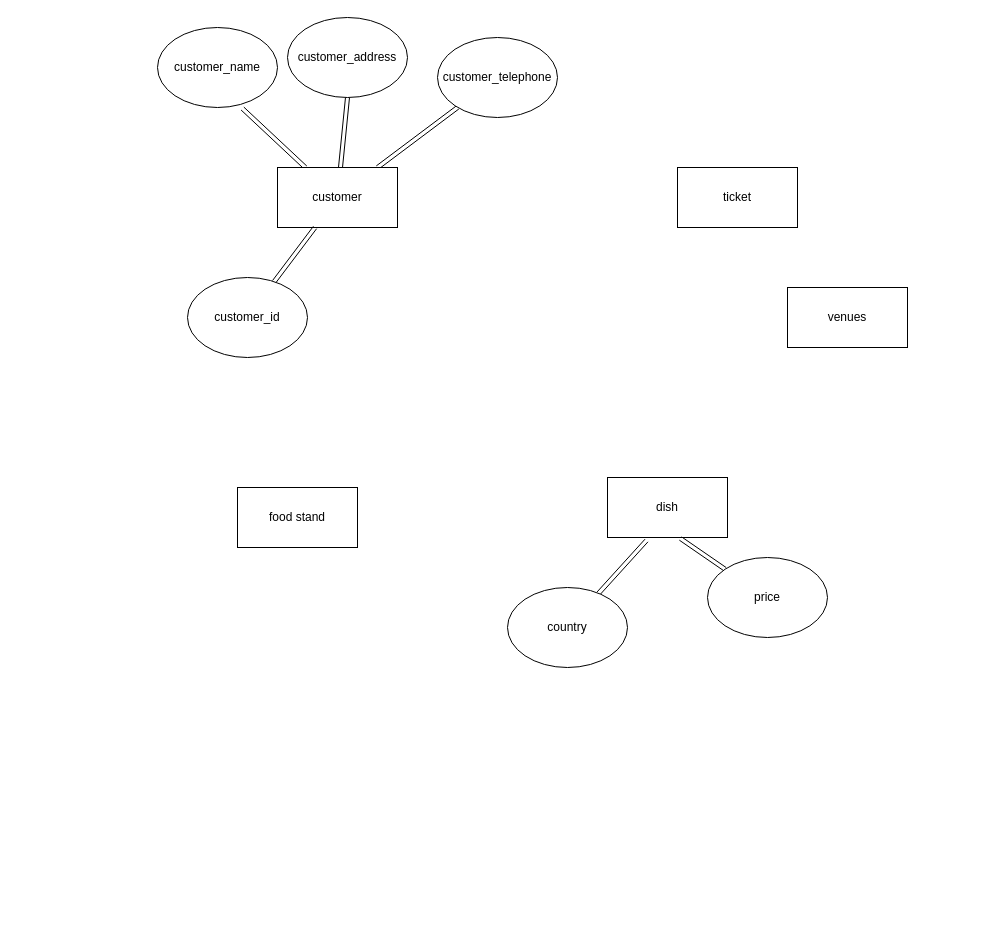
Above: dataweek1.drawio in clostea/draw (draw.io), before the change. Source tidied: cells renumbered, new cells numbered last; positions are measured from the earlier drawing's top-left corner, leaving out a move shared by most shapes. Both pictures are drawn from the tidied source at 100%, with x=0, y=0 at pixel (157, 17).
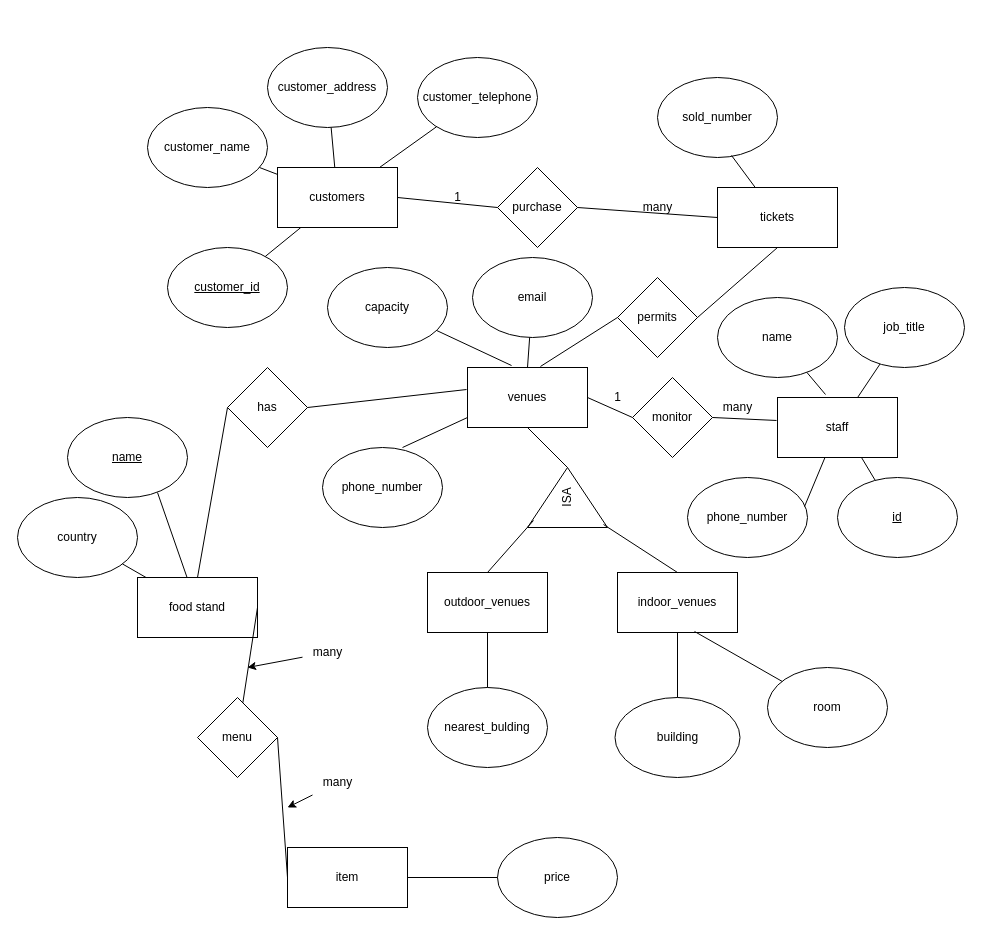
After the change.

The edit, as a diff of the source:
```diff
@@
-    <mxCell id="2" style="rounded=0;jettySize=auto;html=1;entryX=0.708;entryY=1.013;entryDx=0;entryDy=0;entryPerimeter=0;shape=link;" parent="1" edge="1" source="5" target="9">
-      <mxGeometry relative="1" as="geometry" />
-    </mxCell>
-    <mxCell id="3" style="rounded=0;jettySize=auto;html=1;entryX=0.5;entryY=1;entryDx=0;entryDy=0;shape=link;" parent="1" edge="1" source="5" target="10">
-      <mxGeometry relative="1" as="geometry" />
-    </mxCell>
-    <mxCell id="4" style="rounded=0;jettySize=auto;html=1;shape=link;" parent="1" edge="1" source="5" target="11">
-      <mxGeometry relative="1" as="geometry" />
-    </mxCell>
-    <mxCell id="5" value="customer" style="rounded=0;whiteSpace=wrap;html=1;" parent="1" vertex="1">
+    <mxCell id="5" value="customers" style="rounded=0;whiteSpace=wrap;html=1;" parent="1" vertex="1">
       <mxGeometry x="120" y="150" width="120" height="60" as="geometry" />
     </mxCell>
-    <mxCell id="6" value="ticket" style="rounded=0;whiteSpace=wrap;html=1;" parent="1" vertex="1">
-      <mxGeometry x="520" y="150" width="120" height="60" as="geometry" />
+    <mxCell id="6" value="tickets" style="rounded=0;whiteSpace=wrap;html=1;" parent="1" vertex="1">
+      <mxGeometry x="560" y="170" width="120" height="60" as="geometry" />
     </mxCell>
     <mxCell id="7" value="food stand" style="rounded=0;whiteSpace=wrap;html=1;" parent="1" vertex="1">
-      <mxGeometry x="80" y="470" width="120" height="60" as="geometry" />
+      <mxGeometry x="-20" y="560" width="120" height="60" as="geometry" />
     </mxCell>
     <mxCell id="8" value="venues" style="rounded=0;whiteSpace=wrap;html=1;" parent="1" vertex="1">
-      <mxGeometry x="630" y="270" width="120" height="60" as="geometry" />
+      <mxGeometry x="310" y="350" width="120" height="60" as="geometry" />
     </mxCell>
     <mxCell id="9" value="customer_name" style="ellipse;whiteSpace=wrap;html=1;" parent="1" vertex="1">
-      <mxGeometry y="10" width="120" height="80" as="geometry" />
+      <mxGeometry x="-10" y="90" width="120" height="80" as="geometry" />
     </mxCell>
     <mxCell id="10" value="customer_address" style="ellipse;whiteSpace=wrap;html=1;" parent="1" vertex="1">
-      <mxGeometry x="130" width="120" height="80" as="geometry" />
+      <mxGeometry x="110" y="30" width="120" height="80" as="geometry" />
     </mxCell>
     <mxCell id="11" value="customer_telephone" style="ellipse;whiteSpace=wrap;html=1;" parent="1" vertex="1">
-      <mxGeometry x="280" y="20" width="120" height="80" as="geometry" />
+      <mxGeometry x="260" y="40" width="120" height="80" as="geometry" />
     </mxCell>
-    <mxCell id="12" value="dish" style="rounded=0;whiteSpace=wrap;html=1;" parent="1" vertex="1">
-      <mxGeometry x="450" y="460" width="120" height="60" as="geometry" />
+    <mxCell id="12" value="item" style="rounded=0;whiteSpace=wrap;html=1;" parent="1" vertex="1">
+      <mxGeometry x="130" y="830" width="120" height="60" as="geometry" />
     </mxCell>
-    <mxCell id="13" style="edgeStyle=none;rounded=0;jettySize=auto;html=1;entryX=0.325;entryY=1.05;entryDx=0;entryDy=0;entryPerimeter=0;shape=link;" parent="1" edge="1" source="14" target="12">
-      <mxGeometry relative="1" as="geometry" />
-    </mxCell>
+    <mxCell id="16" value="price" style="ellipse;whiteSpace=wrap;html=1;" parent="1" vertex="1">
+      <mxGeometry x="340" y="820" width="120" height="80" as="geometry" />
+    </mxCell>
+    <mxCell id="18" value="&lt;u&gt;customer_id&lt;/u&gt;" style="ellipse;whiteSpace=wrap;html=1;" parent="1" vertex="1">
+      <mxGeometry x="10" y="230" width="120" height="80" as="geometry" />
+    </mxCell>
+    <mxCell id="19" value="sold_number" style="ellipse;whiteSpace=wrap;html=1;" parent="1" vertex="1">
+      <mxGeometry x="500" y="60" width="120" height="80" as="geometry" />
+    </mxCell>
+    <mxCell id="20" style="endArrow=none;html=1;rounded=0;entryX=0.617;entryY=0.975;entryDx=0;entryDy=0;entryPerimeter=0;" parent="1" edge="1" source="6" target="19">
+      <mxGeometry relative="1" as="geometry" />
+    </mxCell>
+    <mxCell id="3" style="endArrow=none;html=1;rounded=0;" parent="1" edge="1" source="5" target="10">
+      <mxGeometry relative="1" as="geometry" />
+    </mxCell>
+    <mxCell id="2" style="endArrow=none;html=1;rounded=0;" parent="1" edge="1" source="5" target="9">
+      <mxGeometry relative="1" as="geometry" />
+    </mxCell>
+    <mxCell id="4" style="endArrow=none;html=1;rounded=0;" parent="1" edge="1" source="5" target="11">
+      <mxGeometry relative="1" as="geometry" />
+    </mxCell>
+    <mxCell id="17" style="endArrow=none;html=1;rounded=0;" parent="1" edge="1" source="18" target="5">
+      <mxGeometry relative="1" as="geometry" />
+    </mxCell>
+    <mxCell id="15" style="endArrow=none;html=1;rounded=0;" parent="1" edge="1" source="16" target="12">
+      <mxGeometry relative="1" as="geometry" />
+    </mxCell>
+    <mxCell id="21" value="purchase" style="rhombus;whiteSpace=wrap;html=1;" parent="1" vertex="1">
+      <mxGeometry x="340" y="150" width="80" height="80" as="geometry" />
+    </mxCell>
+    <mxCell id="22" style="endArrow=none;html=1;rounded=0;entryX=0;entryY=0.5;entryDx=0;entryDy=0;exitX=1;exitY=0.5;exitDx=0;exitDy=0;" parent="1" edge="1" source="5" target="21">
+      <mxGeometry relative="1" as="geometry" />
+    </mxCell>
+    <mxCell id="23" style="endArrow=none;html=1;rounded=0;entryX=0;entryY=0.5;entryDx=0;entryDy=0;exitX=1;exitY=0.5;exitDx=0;exitDy=0;" parent="1" edge="1" source="21" target="6">
+      <mxGeometry relative="1" as="geometry" />
+    </mxCell>
+    <mxCell id="24" value="1" style="text;html=1;align=center;verticalAlign=middle;strokeColor=none;fillColor=none;" parent="1" vertex="1">
+      <mxGeometry x="285" y="165" width="30" height="30" as="geometry" />
+    </mxCell>
+    <mxCell id="25" value="many" style="text;html=1;align=center;verticalAlign=middle;strokeColor=none;fillColor=none;" parent="1" vertex="1">
+      <mxGeometry x="475" y="175" width="50" height="30" as="geometry" />
+    </mxCell>
+    <mxCell id="26" value="&lt;u&gt;name&lt;/u&gt;" style="ellipse;whiteSpace=wrap;html=1;" parent="1" vertex="1">
+      <mxGeometry x="-90" y="400" width="120" height="80" as="geometry" />
+    </mxCell>
+    <mxCell id="27" style="endArrow=none;html=1;rounded=0;exitX=0.75;exitY=0.938;exitDx=0;exitDy=0;exitPerimeter=0;" parent="1" edge="1" source="26" target="7">
+      <mxGeometry relative="1" as="geometry" />
+    </mxCell>
     <mxCell id="14" value="country" style="ellipse;whiteSpace=wrap;html=1;" parent="1" vertex="1">
-      <mxGeometry x="350" y="570" width="120" height="80" as="geometry" />
+      <mxGeometry x="-140" y="480" width="120" height="80" as="geometry" />
     </mxCell>
-    <mxCell id="15" style="edgeStyle=none;rounded=0;jettySize=auto;html=1;entryX=0.608;entryY=1.017;entryDx=0;entryDy=0;entryPerimeter=0;shape=link;" parent="1" edge="1" source="16" target="12">
-      <mxGeometry relative="1" as="geometry" />
-    </mxCell>
-    <mxCell id="16" value="price" style="ellipse;whiteSpace=wrap;html=1;" parent="1" vertex="1">
-      <mxGeometry x="550" y="540" width="120" height="80" as="geometry" />
-    </mxCell>
-    <mxCell id="17" style="edgeStyle=none;shape=link;rounded=0;jettySize=auto;html=1;" parent="1" edge="1" source="18" target="5">
-      <mxGeometry relative="1" as="geometry" />
-    </mxCell>
-    <mxCell id="18" value="customer_id" style="ellipse;whiteSpace=wrap;html=1;" parent="1" vertex="1">
-      <mxGeometry x="30" y="260" width="120" height="80" as="geometry" />
-    </mxCell>
+    <mxCell id="28" style="endArrow=none;html=1;rounded=0;" parent="1" edge="1" source="14" target="7">
+      <mxGeometry relative="1" as="geometry" />
+    </mxCell>
+    <mxCell id="29" value="menu" style="rhombus;whiteSpace=wrap;html=1;" parent="1" vertex="1">
+      <mxGeometry x="40" y="680" width="80" height="80" as="geometry" />
+    </mxCell>
+    <mxCell id="30" style="endArrow=none;html=1;rounded=0;exitX=1;exitY=0.5;exitDx=0;exitDy=0;" parent="1" edge="1" source="7" target="29">
+      <mxGeometry relative="1" as="geometry" />
+    </mxCell>
+    <mxCell id="31" style="endArrow=none;html=1;rounded=0;entryX=0;entryY=0.5;entryDx=0;entryDy=0;exitX=1;exitY=0.5;exitDx=0;exitDy=0;" parent="1" edge="1" source="29" target="12">
+      <mxGeometry relative="1" as="geometry" />
+    </mxCell>
+    <mxCell id="32" value="permits" style="rhombus;whiteSpace=wrap;html=1;" parent="1" vertex="1">
+      <mxGeometry x="460" y="260" width="80" height="80" as="geometry" />
+    </mxCell>
+    <mxCell id="33" style="endArrow=none;html=1;rounded=0;entryX=0.5;entryY=1;entryDx=0;entryDy=0;exitX=1;exitY=0.5;exitDx=0;exitDy=0;" parent="1" edge="1" source="32" target="6">
+      <mxGeometry relative="1" as="geometry" />
+    </mxCell>
+    <mxCell id="34" style="endArrow=none;html=1;rounded=0;entryX=0;entryY=0.5;entryDx=0;entryDy=0;exitX=0.608;exitY=-0.017;exitDx=0;exitDy=0;exitPerimeter=0;" parent="1" edge="1" source="8" target="32">
+      <mxGeometry relative="1" as="geometry" />
+    </mxCell>
+    <mxCell id="35" value="has" style="rhombus;whiteSpace=wrap;html=1;" parent="1" vertex="1">
+      <mxGeometry x="70" y="350" width="80" height="80" as="geometry" />
+    </mxCell>
+    <mxCell id="36" style="endArrow=none;html=1;rounded=0;entryX=-0.008;entryY=0.367;entryDx=0;entryDy=0;entryPerimeter=0;exitX=1;exitY=0.5;exitDx=0;exitDy=0;" parent="1" edge="1" source="35" target="8">
+      <mxGeometry relative="1" as="geometry" />
+    </mxCell>
+    <mxCell id="37" style="endArrow=none;html=1;rounded=0;entryX=0;entryY=0.5;entryDx=0;entryDy=0;exitX=0.5;exitY=0;exitDx=0;exitDy=0;" parent="1" edge="1" source="7" target="35">
+      <mxGeometry relative="1" as="geometry" />
+    </mxCell>
+    <mxCell id="38" style="edgeStyle=none;rounded=0;jettySize=auto;html=1;" parent="1" edge="1" source="39">
+      <mxGeometry relative="1" as="geometry">
+        <mxPoint x="90" y="650" as="targetPoint" />
+      </mxGeometry>
+    </mxCell>
+    <mxCell id="39" value="many" style="text;html=1;align=center;verticalAlign=middle;points=[];strokeColor=none;fillColor=none;" parent="1" vertex="1">
+      <mxGeometry x="145" y="620" width="50" height="30" as="geometry" />
+    </mxCell>
+    <mxCell id="40" style="edgeStyle=none;rounded=0;jettySize=auto;html=1;" parent="1" edge="1" source="41">
+      <mxGeometry relative="1" as="geometry">
+        <mxPoint x="130" y="790" as="targetPoint" />
+      </mxGeometry>
+    </mxCell>
+    <mxCell id="41" value="many" style="text;html=1;align=center;verticalAlign=middle;points=[];strokeColor=none;fillColor=none;" parent="1" vertex="1">
+      <mxGeometry x="155" y="750" width="50" height="30" as="geometry" />
+    </mxCell>
+    <mxCell id="42" value="capacity" style="ellipse;whiteSpace=wrap;html=1;" parent="1" vertex="1">
+      <mxGeometry x="170" y="250" width="120" height="80" as="geometry" />
+    </mxCell>
+    <mxCell id="43" style="endArrow=none;html=1;rounded=0;entryX=0.367;entryY=-0.033;entryDx=0;entryDy=0;entryPerimeter=0;" parent="1" edge="1" source="42" target="8">
+      <mxGeometry relative="1" as="geometry" />
+    </mxCell>
+    <mxCell id="44" value="phone_number" style="ellipse;whiteSpace=wrap;html=1;" parent="1" vertex="1">
+      <mxGeometry x="165" y="430" width="120" height="80" as="geometry" />
+    </mxCell>
+    <mxCell id="45" style="endArrow=none;html=1;rounded=0;exitX=0.667;exitY=0;exitDx=0;exitDy=0;exitPerimeter=0;" parent="1" edge="1" source="44">
+      <mxGeometry relative="1" as="geometry">
+        <mxPoint x="310" y="400" as="targetPoint" />
+      </mxGeometry>
+    </mxCell>
+    <mxCell id="46" value="email" style="ellipse;whiteSpace=wrap;html=1;" parent="1" vertex="1">
+      <mxGeometry x="315" y="240" width="120" height="80" as="geometry" />
+    </mxCell>
+    <mxCell id="47" style="endArrow=none;html=1;rounded=0;exitX=0.5;exitY=0;exitDx=0;exitDy=0;" parent="1" edge="1" source="8" target="46">
+      <mxGeometry relative="1" as="geometry" />
+    </mxCell>
+    <mxCell id="48" value="ISA" style="triangle;whiteSpace=wrap;html=1;rotation=-90;" parent="1" vertex="1">
+      <mxGeometry x="380" y="440" width="60" height="80" as="geometry" />
+    </mxCell>
+    <mxCell id="49" style="endArrow=none;html=1;rounded=0;exitX=0.5;exitY=1;exitDx=0;exitDy=0;entryX=1;entryY=0.5;entryDx=0;entryDy=0;" parent="1" edge="1" source="8" target="48">
+      <mxGeometry relative="1" as="geometry" />
+    </mxCell>
+    <mxCell id="50" value="outdoor_venues" style="rounded=0;whiteSpace=wrap;html=1;" parent="1" vertex="1">
+      <mxGeometry x="270" y="555" width="120" height="60" as="geometry" />
+    </mxCell>
+    <mxCell id="51" value="indoor_venues" style="rounded=0;whiteSpace=wrap;html=1;" parent="1" vertex="1">
+      <mxGeometry x="460" y="555" width="120" height="60" as="geometry" />
+    </mxCell>
+    <mxCell id="52" style="endArrow=none;html=1;rounded=0;entryX=0.117;entryY=0.075;entryDx=0;entryDy=0;entryPerimeter=0;exitX=0.5;exitY=0;exitDx=0;exitDy=0;" parent="1" edge="1" source="50" target="48">
+      <mxGeometry relative="1" as="geometry" />
+    </mxCell>
+    <mxCell id="53" style="endArrow=none;html=1;rounded=0;exitX=0.5;exitY=0;exitDx=0;exitDy=0;entryX=0.05;entryY=0.95;entryDx=0;entryDy=0;entryPerimeter=0;" parent="1" edge="1" source="51" target="48">
+      <mxGeometry relative="1" as="geometry" />
+    </mxCell>
+    <mxCell id="54" value="building" style="ellipse;whiteSpace=wrap;html=1;rounded=0;" parent="1" vertex="1">
+      <mxGeometry x="457.5" y="680" width="125" height="80" as="geometry" />
+    </mxCell>
+    <mxCell id="55" value="room" style="ellipse;whiteSpace=wrap;html=1;" parent="1" vertex="1">
+      <mxGeometry x="610" y="650" width="120" height="80" as="geometry" />
+    </mxCell>
+    <mxCell id="56" style="endArrow=none;html=1;rounded=0;entryX=0.642;entryY=0.983;entryDx=0;entryDy=0;entryPerimeter=0;" parent="1" edge="1" source="55" target="51">
+      <mxGeometry relative="1" as="geometry" />
+    </mxCell>
+    <mxCell id="57" style="endArrow=none;html=1;rounded=0;exitX=0.5;exitY=0;exitDx=0;exitDy=0;" parent="1" edge="1" source="54" target="51">
+      <mxGeometry relative="1" as="geometry" />
+    </mxCell>
+    <mxCell id="58" value="nearest_bulding" style="ellipse;whiteSpace=wrap;html=1;" parent="1" vertex="1">
+      <mxGeometry x="270" y="670" width="120" height="80" as="geometry" />
+    </mxCell>
+    <mxCell id="59" style="endArrow=none;html=1;rounded=0;entryX=0.5;entryY=1;entryDx=0;entryDy=0;exitX=0.5;exitY=0;exitDx=0;exitDy=0;" parent="1" edge="1" source="58" target="50">
+      <mxGeometry relative="1" as="geometry" />
+    </mxCell>
+    <mxCell id="60" value="staff" style="rounded=0;whiteSpace=wrap;html=1;" parent="1" vertex="1">
+      <mxGeometry x="620" y="380" width="120" height="60" as="geometry" />
+    </mxCell>
+    <mxCell id="61" value="phone_number" style="ellipse;whiteSpace=wrap;html=1;" parent="1" vertex="1">
+      <mxGeometry x="530" y="460" width="120" height="80" as="geometry" />
+    </mxCell>
+    <mxCell id="62" value="&lt;u&gt;id&lt;/u&gt;" style="ellipse;whiteSpace=wrap;html=1;" parent="1" vertex="1">
+      <mxGeometry x="680" y="460" width="120" height="80" as="geometry" />
+    </mxCell>
+    <mxCell id="63" value="name" style="ellipse;whiteSpace=wrap;html=1;" parent="1" vertex="1">
+      <mxGeometry x="560" y="280" width="120" height="80" as="geometry" />
+    </mxCell>
+    <mxCell id="64" value="monitor" style="rhombus;whiteSpace=wrap;html=1;" parent="1" vertex="1">
+      <mxGeometry x="475" y="360" width="80" height="80" as="geometry" />
+    </mxCell>
+    <mxCell id="65" style="endArrow=none;html=1;rounded=0;entryX=0;entryY=0.5;entryDx=0;entryDy=0;exitX=1;exitY=0.5;exitDx=0;exitDy=0;" parent="1" edge="1" source="8" target="64">
+      <mxGeometry relative="1" as="geometry" />
+    </mxCell>
+    <mxCell id="66" style="endArrow=none;html=1;rounded=0;entryX=-0.008;entryY=0.383;entryDx=0;entryDy=0;entryPerimeter=0;exitX=1;exitY=0.5;exitDx=0;exitDy=0;" parent="1" edge="1" source="64" target="60">
+      <mxGeometry relative="1" as="geometry" />
+    </mxCell>
+    <mxCell id="67" value="1" style="text;html=1;align=center;verticalAlign=middle;strokeColor=none;fillColor=none;" parent="1" vertex="1">
+      <mxGeometry x="445" y="365" width="30" height="30" as="geometry" />
+    </mxCell>
+    <mxCell id="68" value="many" style="text;html=1;align=center;verticalAlign=middle;strokeColor=none;fillColor=none;" parent="1" vertex="1">
+      <mxGeometry x="555" y="375" width="50" height="30" as="geometry" />
+    </mxCell>
+    <mxCell id="69" style="endArrow=none;html=1;rounded=0;entryX=0.7;entryY=1;entryDx=0;entryDy=0;entryPerimeter=0;" parent="1" edge="1" source="62" target="60">
+      <mxGeometry relative="1" as="geometry" />
+    </mxCell>
+    <mxCell id="70" style="endArrow=none;html=1;rounded=0;exitX=0.975;exitY=0.363;exitDx=0;exitDy=0;exitPerimeter=0;" parent="1" edge="1" source="61" target="60">
+      <mxGeometry relative="1" as="geometry" />
+    </mxCell>
+    <mxCell id="71" style="endArrow=none;html=1;rounded=0;exitX=0.4;exitY=-0.05;exitDx=0;exitDy=0;exitPerimeter=0;" parent="1" edge="1" source="60" target="63">
+      <mxGeometry relative="1" as="geometry" />
+    </mxCell>
+    <mxCell id="72" value="job_title" style="ellipse;whiteSpace=wrap;html=1;" parent="1" vertex="1">
+      <mxGeometry x="687" y="270" width="120" height="80" as="geometry" />
+    </mxCell>
+    <mxCell id="73" style="endArrow=none;html=1;rounded=0;" parent="1" edge="1" source="60" target="72">
+      <mxGeometry relative="1" as="geometry" />
+    </mxCell>
```
